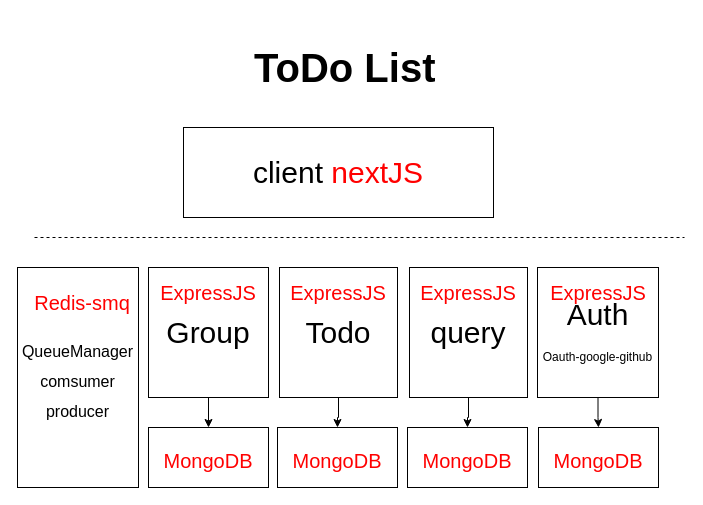
Before: page "Page-1" (1 of 3) of Untitled Diagram.drawio in fan0223/TaskTracker, a draw.io diagram. Source tidied: cells renumbered, new cells numbered last; positions are measured from the earlier drawing's top-left corner, leaving out a move shared by most shapes. Both pictures are drawn from the tidied source at 100%, with x=0, y=0 at pixel (17, 27).
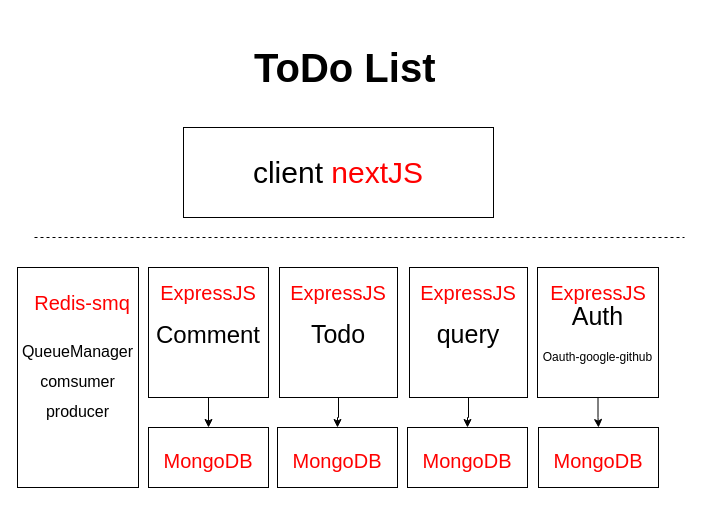
The same page after the edit.

Change to the diagram source:
```diff
@@
-    <mxCell id="4" value="Todo" style="rounded=0;whiteSpace=wrap;html=1;fontSize=30;" parent="1" vertex="1">
+    <mxCell id="4" value="&lt;font style=&quot;font-size: 25px&quot;&gt;Todo&lt;/font&gt;" style="rounded=0;whiteSpace=wrap;html=1;fontSize=30;" parent="1" vertex="1">
       <mxGeometry x="262" y="240" width="118" height="130" as="geometry" />
     </mxCell>
@@
-    <mxCell id="8" value="Auth&lt;br style=&quot;font-size: 14px&quot;&gt;&lt;font style=&quot;font-size: 12px&quot;&gt;Oauth-google-github&lt;/font&gt;" style="rounded=0;whiteSpace=wrap;html=1;fontSize=30;" parent="1" vertex="1">
+    <mxCell id="8" value="&lt;font style=&quot;font-size: 25px&quot;&gt;Auth&lt;/font&gt;&lt;br style=&quot;font-size: 14px&quot;&gt;&lt;font style=&quot;font-size: 12px&quot;&gt;Oauth-google-github&lt;/font&gt;" style="rounded=0;whiteSpace=wrap;html=1;fontSize=30;" parent="1" vertex="1">
       <mxGeometry x="520" y="240" width="121" height="130" as="geometry" />
     </mxCell>
@@
-    <mxCell id="15" value="Group" style="rounded=0;whiteSpace=wrap;html=1;fontSize=30;" parent="1" vertex="1">
+    <mxCell id="15" value="&lt;font style=&quot;font-size: 24px&quot;&gt;Comment&lt;/font&gt;" style="rounded=0;whiteSpace=wrap;html=1;fontSize=30;" parent="1" vertex="1">
       <mxGeometry x="131" y="240" width="120" height="130" as="geometry" />
     </mxCell>
@@
-    <mxCell id="20" value="query" style="rounded=0;whiteSpace=wrap;html=1;fontSize=30;" parent="1" vertex="1">
+    <mxCell id="20" value="&lt;font style=&quot;font-size: 25px&quot;&gt;query&lt;/font&gt;" style="rounded=0;whiteSpace=wrap;html=1;fontSize=30;" parent="1" vertex="1">
       <mxGeometry x="392" y="240" width="118" height="130" as="geometry" />
     </mxCell>
```
